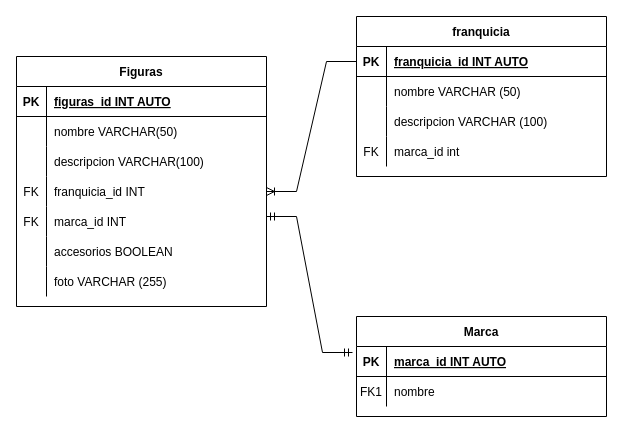
The draw.io diagram Hobby/Figuras_ModeloRelacional.drawio in AlexisFlo/ModeladoDatos, before the edit. Source tidied: cells renumbered, new cells numbered last; positions are measured from the earlier drawing's top-left corner, leaving out a move shared by most shapes. Both pictures are drawn from the tidied source at 100%, with x=0, y=0 at pixel (16, 16).
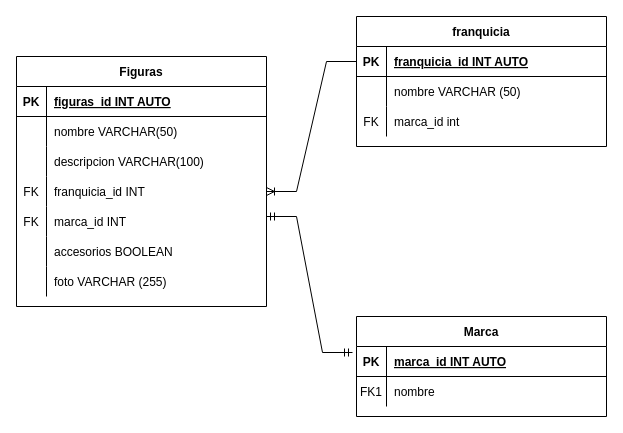
The same page after the edit.

What changed in the source:
```diff
@@
     <mxCell id="2" value="franquicia" style="shape=table;startSize=30;childLayout=tableLayout;rowLines=0;fontStyle=1;align=center;" parent="1" vertex="1">
-      <mxGeometry x="340" width="250" height="160" as="geometry" />
+      <mxGeometry x="340" width="250" height="130" as="geometry" />
     </mxCell>
@@
-    <mxCell id="9" style="shape=partialRectangle;fillColor=none;top=0;left=0;right=0;bottom=0;" parent="2" vertex="1">
-      <mxGeometry y="90" width="250" height="30" as="geometry" />
-    </mxCell>
-    <mxCell id="10" style="shape=partialRectangle;overflow=hidden;fillColor=none;top=0;left=0;bottom=0;right=0;" parent="9" vertex="1">
-      <mxGeometry width="30" height="30" as="geometry" />
-    </mxCell>
-    <mxCell id="11" value="descripcion VARCHAR (100)" style="shape=partialRectangle;overflow=hidden;fillColor=none;top=0;left=0;bottom=0;right=0;align=left;spacingLeft=6;" parent="9" vertex="1">
-      <mxGeometry x="30" width="220" height="30" as="geometry" />
-    </mxCell>
     <mxCell id="12" style="shape=partialRectangle;fillColor=none;top=0;left=0;right=0;bottom=0;" parent="2" vertex="1">
-      <mxGeometry y="120" width="250" height="30" as="geometry" />
+      <mxGeometry y="90" width="250" height="30" as="geometry" />
     </mxCell>
```
